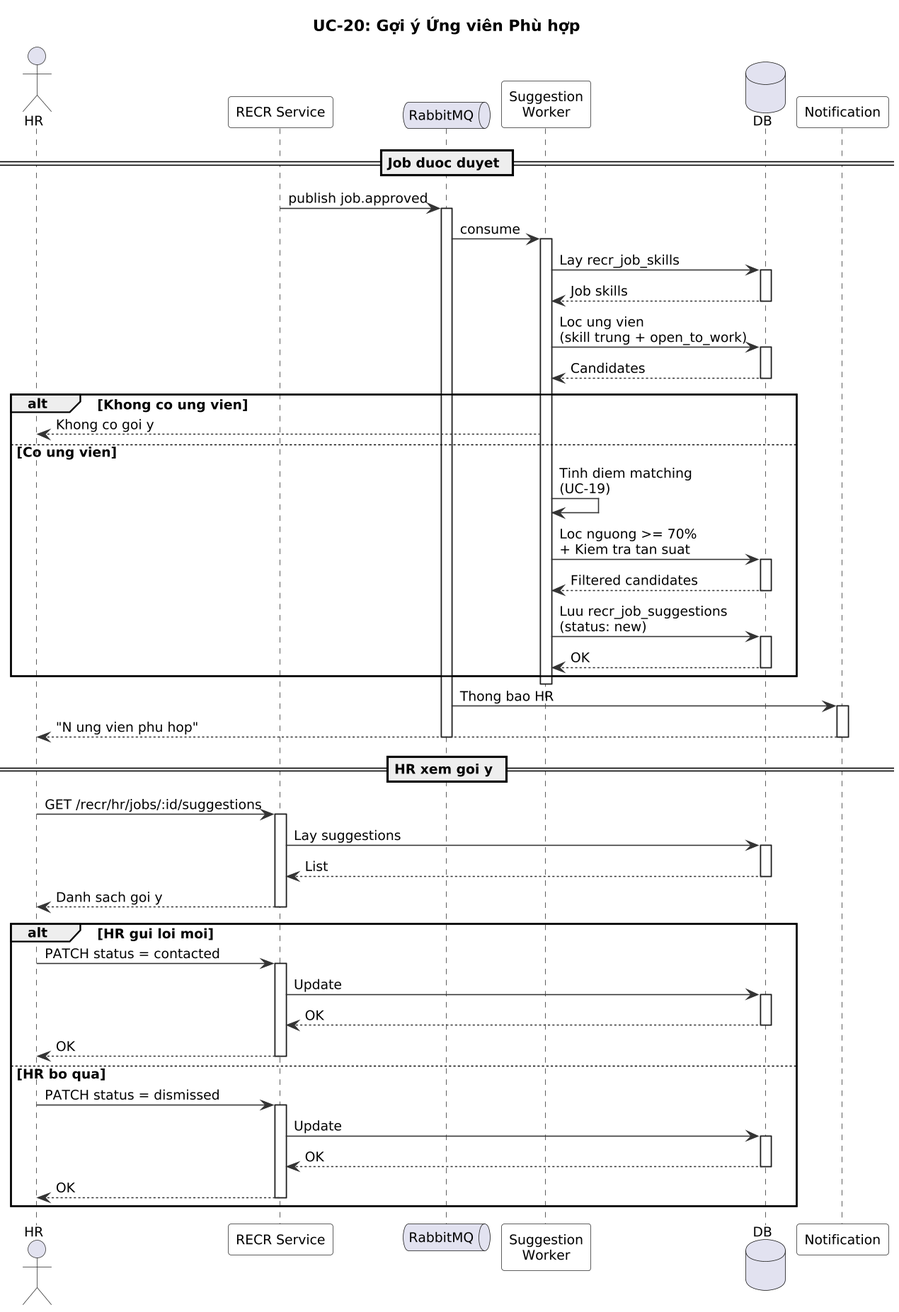
This is modules/recr/images/sequence/uc20-candidate-suggestion-sequence.png from namnh240795/document, a PlantUML export, as it was before one commit. Its diagram source:
```plantuml
@startuml
skinparam dpi 150
skinparam defaultFontSize 12
skinparam sequence {
  ArrowColor #333333
  ActorBorderColor #333333
  LifeLineBorderColor #333333
  ParticipantBackgroundColor #F8F8F8
  ParticipantBorderColor #333333
}

title UC-20: Gợi ý Ứng viên Phù hợp

actor "HR" as HR
participant "RECR Service" as R
queue "RabbitMQ" as MQ
participant "Suggestion\nWorker" as W
database "DB" as DB
participant "Notification" as N

== Job duoc duyet ==

R -> MQ : publish job.approved
activate MQ
MQ -> W : consume
activate W

W -> DB : Lay recr_job_skills
activate DB
DB --> W : Job skills
deactivate DB

W -> DB : Loc ung vien\n(skill trung + open_to_work)
activate DB
DB --> W : Candidates
deactivate DB

alt Khong co ung vien
  W --> HR : Khong co goi y
else Co ung vien
  W -> W : Tinh diem matching\n(UC-19)
  W -> DB : Loc nguong >= 70%\n+ Kiem tra tan suat
  activate DB
  DB --> W : Filtered candidates
  deactivate DB
  W -> DB : Luu recr_job_suggestions\n(status: new)
  activate DB
  DB --> W : OK
  deactivate DB
end
deactivate W

MQ -> N : Thong bao HR
activate N
N --> HR : "N ung vien phu hop"
deactivate N
deactivate MQ

== HR xem goi y ==

HR -> R : GET /recr/hr/jobs/:id/suggestions
activate R
R -> DB : Lay suggestions
activate DB
DB --> R : List
deactivate DB
R --> HR : Danh sach goi y
deactivate R

alt HR gui loi moi
  HR -> R : PATCH status = contacted
  activate R
  R -> DB : Update
  activate DB
  DB --> R : OK
  deactivate DB
  R --> HR : OK
  deactivate R
else HR bo qua
  HR -> R : PATCH status = dismissed
  activate R
  R -> DB : Update
  activate DB
  DB --> R : OK
  deactivate DB
  R --> HR : OK
  deactivate R
end

@enduml
```
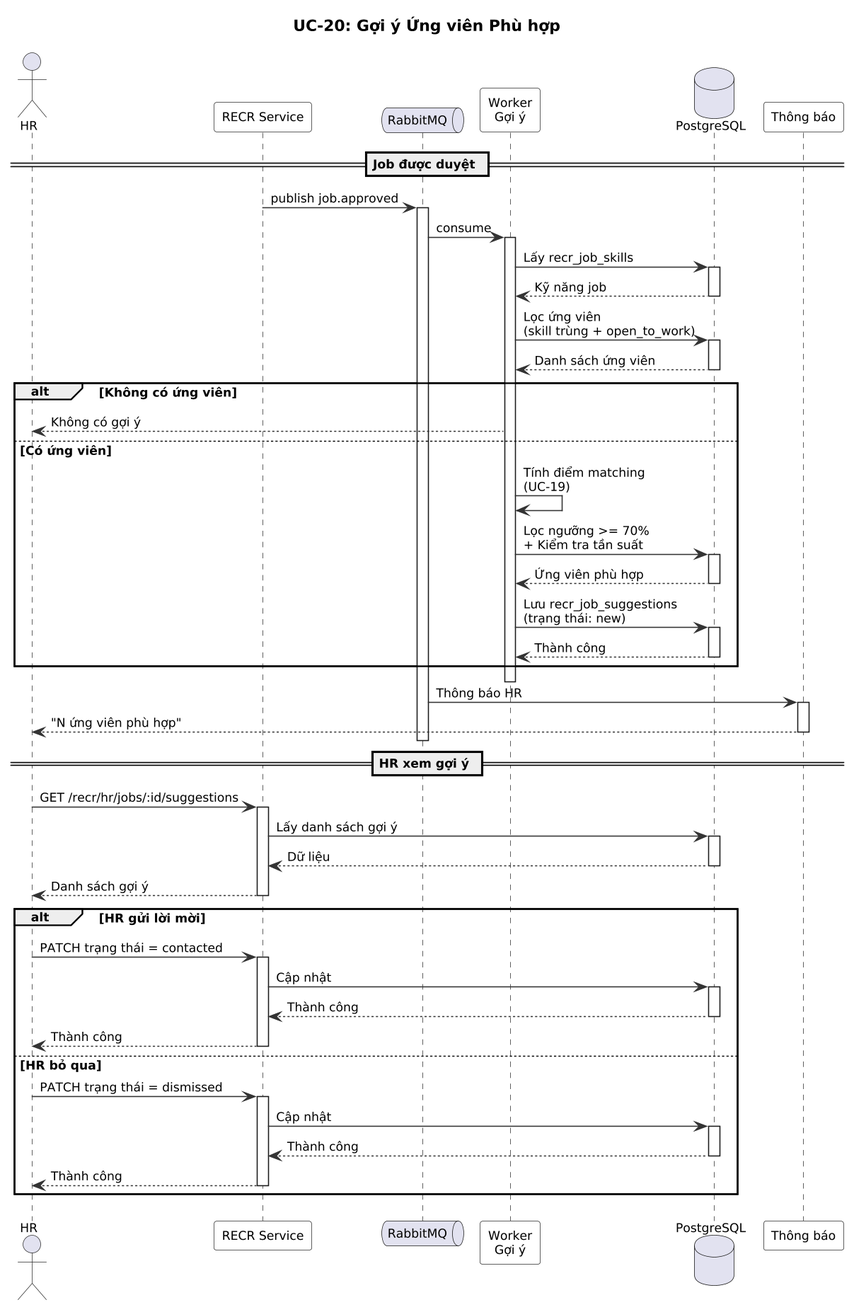
After the change.

Change to the diagram source:
```diff
@@ -1,6 +1,8 @@
 @startuml
 skinparam dpi 150
-skinparam defaultFontSize 12
+skinparam defaultFontSize 11
+skinparam nodesep 15
+skinparam ranksep 15
 skinparam sequence {
   ArrowColor #333333
   ActorBorderColor #333333
@@ -14,76 +16,76 @@
 actor "HR" as HR
 participant "RECR Service" as R
 queue "RabbitMQ" as MQ
-participant "Suggestion\nWorker" as W
-database "DB" as DB
-participant "Notification" as N
+participant "Worker\nGợi ý" as W
+database "PostgreSQL" as DB
+participant "Thông báo" as N
 
-== Job duoc duyet ==
+== Job được duyệt ==
 
 R -> MQ : publish job.approved
 activate MQ
 MQ -> W : consume
 activate W
 
-W -> DB : Lay recr_job_skills
+W -> DB : Lấy recr_job_skills
 activate DB
-DB --> W : Job skills
+DB --> W : Kỹ năng job
 deactivate DB
 
-W -> DB : Loc ung vien\n(skill trung + open_to_work)
+W -> DB : Lọc ứng viên\n(skill trùng + open_to_work)
 activate DB
-DB --> W : Candidates
+DB --> W : Danh sách ứng viên
 deactivate DB
 
-alt Khong co ung vien
-  W --> HR : Khong co goi y
-else Co ung vien
-  W -> W : Tinh diem matching\n(UC-19)
-  W -> DB : Loc nguong >= 70%\n+ Kiem tra tan suat
+alt Không có ứng viên
+  W --> HR : Không có gợi ý
+else Có ứng viên
+  W -> W : Tính điểm matching\n(UC-19)
+  W -> DB : Lọc ngưỡng >= 70%\n+ Kiểm tra tần suất
   activate DB
-  DB --> W : Filtered candidates
+  DB --> W : Ứng viên phù hợp
   deactivate DB
-  W -> DB : Luu recr_job_suggestions\n(status: new)
+  W -> DB : Lưu recr_job_suggestions\n(trạng thái: new)
   activate DB
-  DB --> W : OK
+  DB --> W : Thành công
   deactivate DB
 end
 deactivate W
 
-MQ -> N : Thong bao HR
+MQ -> N : Thông báo HR
 activate N
-N --> HR : "N ung vien phu hop"
+N --> HR : "N ứng viên phù hợp"
 deactivate N
 deactivate MQ
 
-== HR xem goi y ==
+== HR xem gợi ý ==
 
 HR -> R : GET /recr/hr/jobs/:id/suggestions
 activate R
-R -> DB : Lay suggestions
+R -> DB : Lấy danh sách gợi ý
 activate DB
-DB --> R : List
+DB --> R : Dữ liệu
 deactivate DB
-R --> HR : Danh sach goi y
+R --> HR : Danh sách gợi ý
 deactivate R
 
-alt HR gui loi moi
-  HR -> R : PATCH status = contacted
+alt HR gửi lời mời
+  HR -> R : PATCH trạng thái = contacted
   activate R
-  R -> DB : Update
+  R -> DB : Cập nhật
   activate DB
-  DB --> R : OK
+  DB --> R : Thành công
   deactivate DB
-  R --> HR : OK
+  R --> HR : Thành công
   deactivate R
-else HR bo qua
-  HR -> R : PATCH status = dismissed
+else HR bỏ qua
+  HR -> R : PATCH trạng thái = dismissed
   activate R
-  R -> DB : Update
+  R -> DB : Cập nhật
   activate DB
-  DB --> R : OK
+  DB --> R : Thành công
   deactivate DB
-  R --> HR : OK
+  R --> HR : Thành công
   deactivate R
 end
 
```
